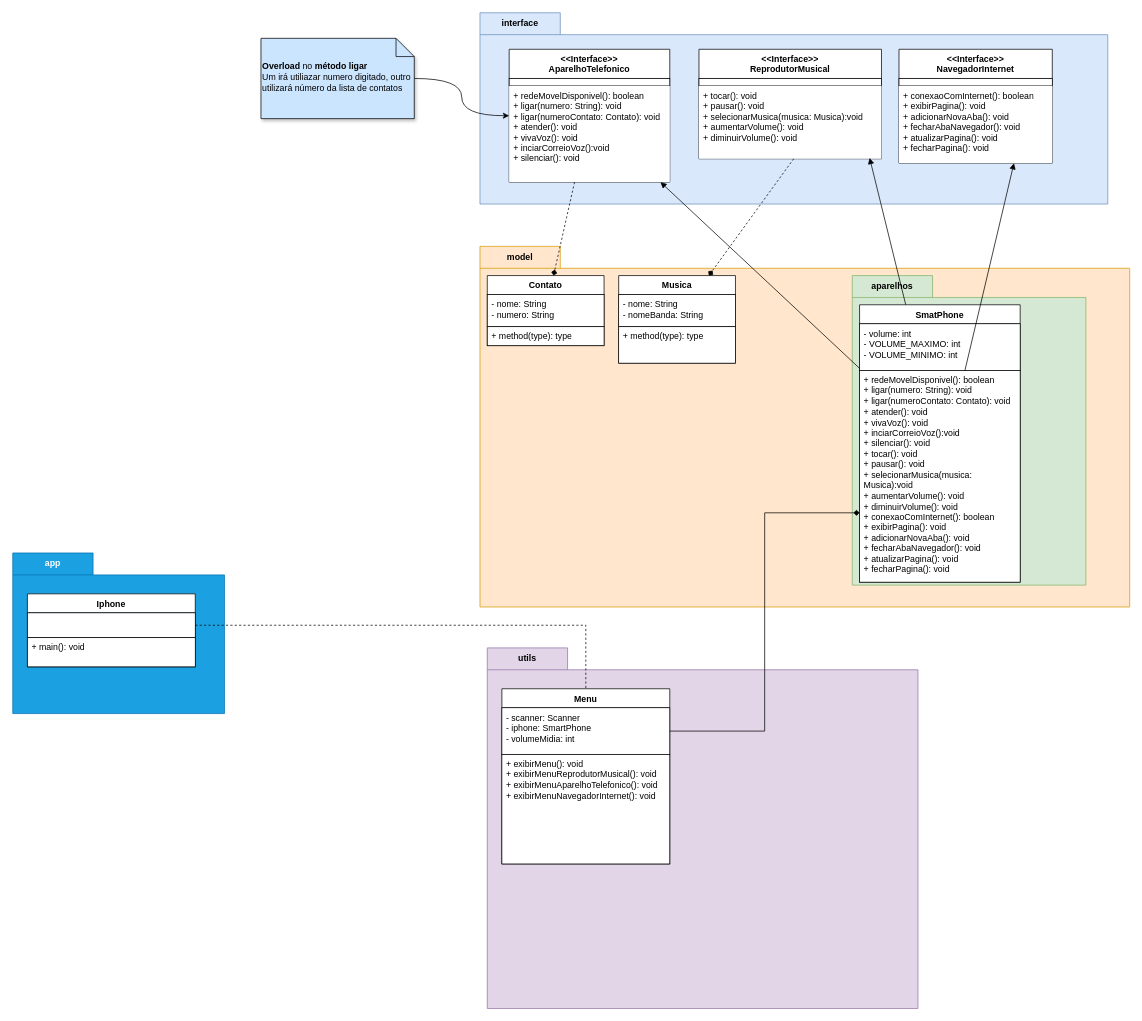
Before: page "Package+Class" (1 of 3) of Desafios/DesafioIphone/imgs/UML_Desafio_Iphone.drawio in LucasGFBatista/DIO-BOOTCAMPS, a draw.io diagram. Source tidied: cells renumbered, new cells numbered last; positions are measured from the earlier drawing's top-left corner, leaving out a move shared by most shapes. Both pictures are drawn from the tidied source at 73%, with x=0, y=0 at pixel (12, 12).
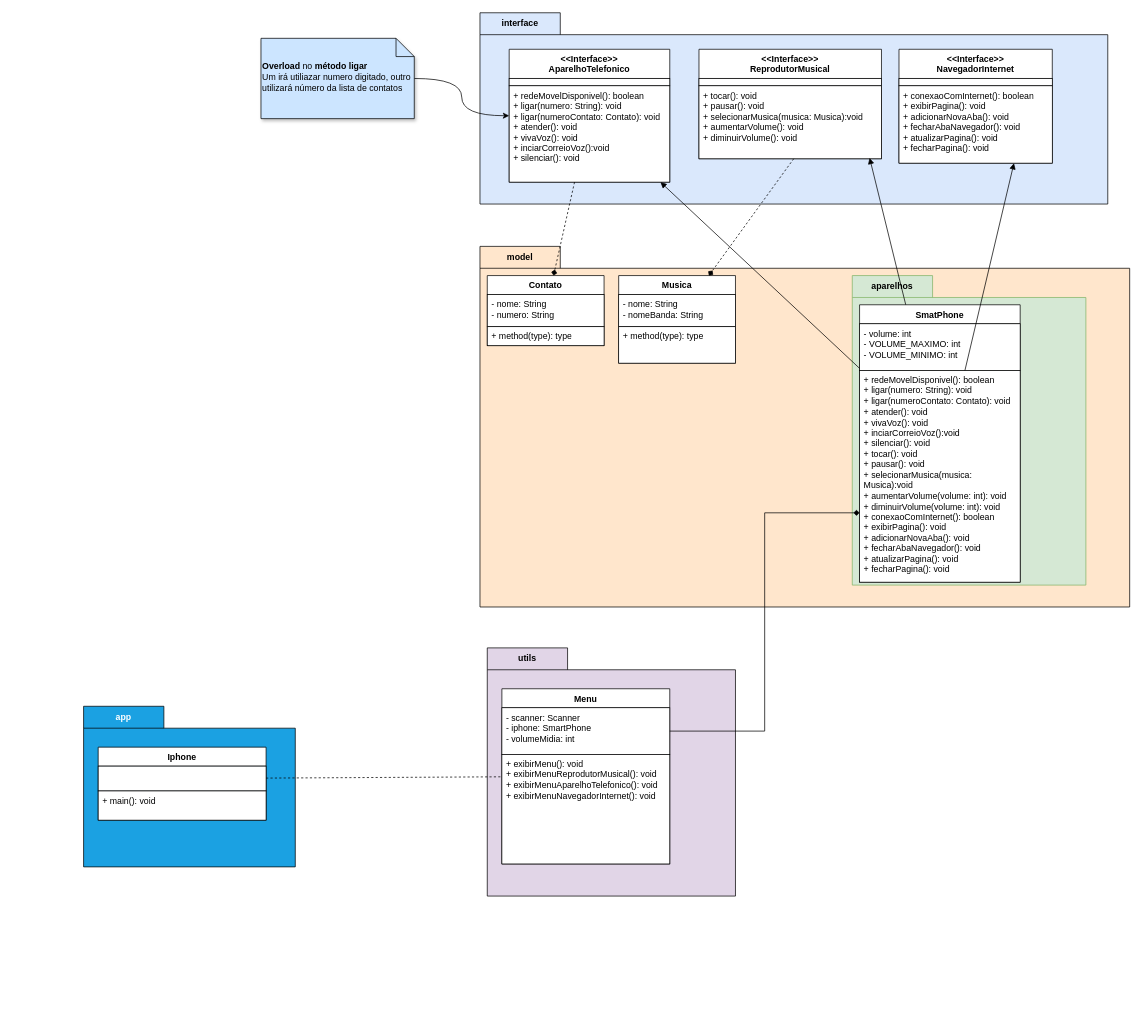
Above is the later version.

The change refers to these unchanged cells:
```xml
<mxCell id="19" value="aparelhos" style="shape=folder;fontStyle=1;tabWidth=110;tabHeight=30;tabPosition=left;html=1;boundedLbl=1;labelInHeader=1;whiteSpace=wrap;fillColor=#d5e8d4;strokeColor=#82b366;" parent="12" vertex="1">
  <mxGeometry x="510" y="40" width="320" height="424" as="geometry" />
</mxCell>
<mxCell id="32" value="- scanner: Scanner&lt;div&gt;- iphone: SmartPhone&lt;/div&gt;&lt;div&gt;- volumeMidia: int&lt;/div&gt;" style="text;align=left;verticalAlign=top;spacingLeft=4;spacingRight=4;overflow=hidden;points=[[0,0.5],[1,0.5]];portConstraint=eastwest;whiteSpace=wrap;html=1;fillColor=default;strokeColor=default;" parent="31" vertex="1">
  <mxGeometry y="26" width="230" height="64" as="geometry" />
</mxCell>
<mxCell id="37" style="text;align=left;verticalAlign=top;spacingLeft=4;spacingRight=4;overflow=hidden;points=[[0,0.5],[1,0.5]];portConstraint=eastwest;whiteSpace=wrap;html=1;fillColor=default;strokeColor=default;" parent="36" vertex="1">
  <mxGeometry y="26" width="230" height="34" as="geometry" />
</mxCell>
```

What changed in the source:
```diff
@@
-    <mxCell id="2" value="interface" style="shape=folder;fontStyle=1;tabWidth=110;tabHeight=30;tabPosition=left;html=1;boundedLbl=1;labelInHeader=1;whiteSpace=wrap;fillColor=#dae8fc;strokeColor=#6c8ebf;" parent="1" vertex="1">
+    <mxCell id="2" value="interface" style="shape=folder;fontStyle=1;tabWidth=110;tabHeight=30;tabPosition=left;html=1;boundedLbl=1;labelInHeader=1;whiteSpace=wrap;fillColor=#dae8fc;strokeColor=default;" parent="1" vertex="1">
       <mxGeometry x="640" width="860" height="262" as="geometry" />
     </mxCell>
-    <mxCell id="3" value="&lt;div&gt;&amp;lt;&amp;lt;Interface&amp;gt;&amp;gt;&lt;/div&gt;&lt;div&gt;AparelhoTelefonico&lt;/div&gt;" style="swimlane;fontStyle=1;align=center;verticalAlign=top;horizontal=1;startSize=40;whiteSpace=wrap;html=1;" parent="2" vertex="1">
+    <mxCell id="3" value="&lt;div&gt;&amp;lt;&amp;lt;Interface&amp;gt;&amp;gt;&lt;/div&gt;&lt;div&gt;AparelhoTelefonico&lt;/div&gt;" style="swimlane;fontStyle=1;align=center;verticalAlign=top;horizontal=1;startSize=40;whiteSpace=wrap;html=1;strokeColor=default;" parent="2" vertex="1">
       <mxGeometry x="40" y="50" width="220" height="182" as="geometry" />
     </mxCell>
@@
-    <mxCell id="5" value="&lt;div&gt;&lt;div&gt;+ redeMovelDisponivel(): boolean&lt;/div&gt;+ ligar(numero: String): void&lt;/div&gt;&lt;div&gt;+ ligar(numeroContato: Contato): void&lt;br&gt;&lt;div&gt;+ atender(): void&lt;/div&gt;&lt;div&gt;+ vivaVoz(): void&lt;/div&gt;&lt;div&gt;+ inciarCorreioVoz():void&lt;/div&gt;&lt;div&gt;+ silenciar(): void&lt;/div&gt;&lt;div&gt;&lt;br&gt;&lt;/div&gt;&lt;/div&gt;" style="text;align=left;verticalAlign=top;spacingLeft=4;spacingRight=4;overflow=hidden;whiteSpace=wrap;html=1;fillColor=default;" parent="3" vertex="1">
+    <mxCell id="5" value="&lt;div&gt;&lt;div&gt;+ redeMovelDisponivel(): boolean&lt;/div&gt;+ ligar(numero: String): void&lt;/div&gt;&lt;div&gt;+ ligar(numeroContato: Contato): void&lt;br&gt;&lt;div&gt;+ atender(): void&lt;/div&gt;&lt;div&gt;+ vivaVoz(): void&lt;/div&gt;&lt;div&gt;+ inciarCorreioVoz():void&lt;/div&gt;&lt;div&gt;+ silenciar(): void&lt;/div&gt;&lt;div&gt;&lt;br&gt;&lt;/div&gt;&lt;/div&gt;" style="text;align=left;verticalAlign=top;spacingLeft=4;spacingRight=4;overflow=hidden;whiteSpace=wrap;html=1;fillColor=default;strokeColor=default;" parent="3" vertex="1">
       <mxGeometry y="50" width="220" height="132" as="geometry" />
     </mxCell>
-    <mxCell id="6" value="&lt;div&gt;&amp;lt;&amp;lt;Interface&amp;gt;&amp;gt;&lt;br&gt;&lt;/div&gt;ReprodutorMusical&lt;div&gt;&lt;br&gt;&lt;/div&gt;" style="swimlane;fontStyle=1;align=center;verticalAlign=top;horizontal=1;startSize=40;whiteSpace=wrap;html=1;" parent="2" vertex="1">
+    <mxCell id="6" value="&lt;div&gt;&amp;lt;&amp;lt;Interface&amp;gt;&amp;gt;&lt;br&gt;&lt;/div&gt;ReprodutorMusical&lt;div&gt;&lt;br&gt;&lt;/div&gt;" style="swimlane;fontStyle=1;align=center;verticalAlign=top;horizontal=1;startSize=40;whiteSpace=wrap;html=1;strokeColor=default;" parent="2" vertex="1">
       <mxGeometry x="300" y="50" width="250" height="150" as="geometry" />
     </mxCell>
@@
-    <mxCell id="8" value="+ tocar(): void&lt;div&gt;+ pausar(): void&lt;/div&gt;&lt;div&gt;+ selecionarMusica(musica: Musica):void&lt;/div&gt;&lt;div&gt;+ aumentarVolume(): void&lt;/div&gt;&lt;div&gt;+ diminuirVolume(): void&lt;/div&gt;" style="text;strokeColor=none;fillColor=default;align=left;verticalAlign=top;spacingLeft=4;spacingRight=4;overflow=hidden;points=[[0,0.5],[1,0.5]];portConstraint=eastwest;whiteSpace=wrap;html=1;" parent="6" vertex="1">
+    <mxCell id="8" value="+ tocar(): void&lt;div&gt;+ pausar(): void&lt;/div&gt;&lt;div&gt;+ selecionarMusica(musica: Musica):void&lt;/div&gt;&lt;div&gt;+ aumentarVolume(): void&lt;/div&gt;&lt;div&gt;+ diminuirVolume(): void&lt;/div&gt;" style="text;strokeColor=default;fillColor=default;align=left;verticalAlign=top;spacingLeft=4;spacingRight=4;overflow=hidden;points=[[0,0.5],[1,0.5]];portConstraint=eastwest;whiteSpace=wrap;html=1;" parent="6" vertex="1">
       <mxGeometry y="50" width="250" height="100" as="geometry" />
     </mxCell>
-    <mxCell id="9" value="&lt;div&gt;&amp;lt;&amp;lt;Interface&amp;gt;&amp;gt;&lt;br&gt;NavegadorInternet&lt;/div&gt;" style="swimlane;fontStyle=1;align=center;verticalAlign=top;horizontal=1;startSize=40;whiteSpace=wrap;html=1;" parent="2" vertex="1">
+    <mxCell id="9" value="&lt;div&gt;&amp;lt;&amp;lt;Interface&amp;gt;&amp;gt;&lt;br&gt;NavegadorInternet&lt;/div&gt;" style="swimlane;fontStyle=1;align=center;verticalAlign=top;horizontal=1;startSize=40;whiteSpace=wrap;html=1;strokeColor=default;" parent="2" vertex="1">
       <mxGeometry x="574" y="50" width="210" height="156" as="geometry" />
     </mxCell>
@@
-    <mxCell id="11" value="+ conexaoComInternet(): boolean&lt;div&gt;+ exibirPagina(): void&lt;/div&gt;&lt;div&gt;+ adicionarNovaAba(): void&lt;/div&gt;&lt;div&gt;+ fecharAbaNavegador(): void&lt;/div&gt;&lt;div&gt;+ atualizarPagina(): void&lt;/div&gt;&lt;div&gt;+ fecharPagina(): void&lt;/div&gt;" style="text;strokeColor=none;fillColor=default;align=left;verticalAlign=top;spacingLeft=4;spacingRight=4;overflow=hidden;whiteSpace=wrap;html=1;" parent="9" vertex="1">
+    <mxCell id="11" value="+ conexaoComInternet(): boolean&lt;div&gt;+ exibirPagina(): void&lt;/div&gt;&lt;div&gt;+ adicionarNovaAba(): void&lt;/div&gt;&lt;div&gt;+ fecharAbaNavegador(): void&lt;/div&gt;&lt;div&gt;+ atualizarPagina(): void&lt;/div&gt;&lt;div&gt;+ fecharPagina(): void&lt;/div&gt;" style="text;strokeColor=default;fillColor=default;align=left;verticalAlign=top;spacingLeft=4;spacingRight=4;overflow=hidden;whiteSpace=wrap;html=1;" parent="9" vertex="1">
       <mxGeometry y="50" width="210" height="106" as="geometry" />
     </mxCell>
-    <mxCell id="12" value="model" style="shape=folder;fontStyle=1;tabWidth=110;tabHeight=30;tabPosition=left;html=1;boundedLbl=1;labelInHeader=1;whiteSpace=wrap;fillColor=#ffe6cc;strokeColor=#d79b00;" parent="1" vertex="1">
+    <mxCell id="12" value="model" style="shape=folder;fontStyle=1;tabWidth=110;tabHeight=30;tabPosition=left;html=1;boundedLbl=1;labelInHeader=1;whiteSpace=wrap;fillColor=#ffe6cc;strokeColor=default;" parent="1" vertex="1">
       <mxGeometry x="640" y="320" width="890" height="494" as="geometry" />
     </mxCell>
-    <mxCell id="13" value="Contato" style="swimlane;fontStyle=1;align=center;verticalAlign=top;horizontal=1;startSize=26;whiteSpace=wrap;html=1;" parent="12" vertex="1">
+    <mxCell id="13" value="Contato" style="swimlane;fontStyle=1;align=center;verticalAlign=top;horizontal=1;startSize=26;whiteSpace=wrap;html=1;strokeColor=default;" parent="12" vertex="1">
       <mxGeometry x="10" y="40" width="160" height="96" as="geometry" />
     </mxCell>
@@
-    <mxCell id="16" value="Musica" style="swimlane;fontStyle=1;align=center;verticalAlign=top;horizontal=1;startSize=26;whiteSpace=wrap;html=1;" parent="12" vertex="1">
+    <mxCell id="16" value="Musica" style="swimlane;fontStyle=1;align=center;verticalAlign=top;horizontal=1;startSize=26;whiteSpace=wrap;html=1;strokeColor=default;" parent="12" vertex="1">
       <mxGeometry x="190" y="40" width="160" height="120" as="geometry" />
     </mxCell>
@@
-    <mxCell id="20" value="SmatPhone" style="swimlane;fontStyle=1;align=center;verticalAlign=top;horizontal=1;startSize=26;whiteSpace=wrap;html=1;" parent="19" vertex="1">
+    <mxCell id="20" value="SmatPhone" style="swimlane;fontStyle=1;align=center;verticalAlign=top;horizontal=1;startSize=26;whiteSpace=wrap;html=1;strokeColor=default;" parent="19" vertex="1">
       <mxGeometry x="10" y="40" width="220" height="380" as="geometry" />
     </mxCell>
@@
-    <mxCell id="22" value="&lt;div&gt;&lt;div&gt;&lt;div&gt;&lt;div&gt;+ redeMovelDisponivel(): boolean&lt;/div&gt;+ ligar(numero: String): void&lt;/div&gt;&lt;div&gt;+ ligar(numeroContato: Contato): void&lt;br&gt;&lt;div&gt;+ atender(): void&lt;/div&gt;&lt;div&gt;+ vivaVoz(): void&lt;/div&gt;&lt;div&gt;+ inciarCorreioVoz():void&lt;/div&gt;&lt;div&gt;+ silenciar(): void&lt;/div&gt;&lt;div&gt;+ tocar(): void&lt;div&gt;+ pausar(): void&lt;/div&gt;&lt;div&gt;+ selecionarMusica(musica: Musica):void&lt;/div&gt;&lt;div&gt;+ aumentarVolume(): void&lt;/div&gt;&lt;div&gt;+ diminuirVolume(): void&lt;/div&gt;&lt;/div&gt;&lt;/div&gt;&lt;/div&gt;&lt;/div&gt;&lt;div&gt;+ conexaoComInternet(): boolean&lt;div&gt;+ exibirPagina(): void&lt;/div&gt;&lt;div&gt;+ adicionarNovaAba(): void&lt;/div&gt;&lt;div&gt;+ fecharAbaNavegador(): void&lt;/div&gt;&lt;div&gt;+ atualizarPagina(): void&lt;/div&gt;&lt;div&gt;+ fecharPagina(): void&lt;/div&gt;&lt;/div&gt;" style="text;strokeColor=default;fillColor=default;align=left;verticalAlign=top;spacingLeft=4;spacingRight=4;overflow=hidden;points=[[0,0.5],[1,0.5]];portConstraint=eastwest;whiteSpace=wrap;html=1;" parent="20" vertex="1">
+    <mxCell id="22" value="&lt;div&gt;&lt;div&gt;&lt;div&gt;&lt;div&gt;+ redeMovelDisponivel(): boolean&lt;/div&gt;+ ligar(numero: String): void&lt;/div&gt;&lt;div&gt;+ ligar(numeroContato: Contato): void&lt;br&gt;&lt;div&gt;+ atender(): void&lt;/div&gt;&lt;div&gt;+ vivaVoz(): void&lt;/div&gt;&lt;div&gt;+ inciarCorreioVoz():void&lt;/div&gt;&lt;div&gt;+ silenciar(): void&lt;/div&gt;&lt;div&gt;+ tocar(): void&lt;div&gt;+ pausar(): void&lt;/div&gt;&lt;div&gt;+ selecionarMusica(musica: Musica):void&lt;/div&gt;&lt;div&gt;+ aumentarVolume(volume: int): void&lt;/div&gt;&lt;div&gt;+ diminuirVolume(volume: int): void&lt;/div&gt;&lt;/div&gt;&lt;/div&gt;&lt;/div&gt;&lt;/div&gt;&lt;div&gt;+ conexaoComInternet(): boolean&lt;div&gt;+ exibirPagina(): void&lt;/div&gt;&lt;div&gt;+ adicionarNovaAba(): void&lt;/div&gt;&lt;div&gt;+ fecharAbaNavegador(): void&lt;/div&gt;&lt;div&gt;+ atualizarPagina(): void&lt;/div&gt;&lt;div&gt;+ fecharPagina(): void&lt;/div&gt;&lt;/div&gt;" style="text;strokeColor=default;fillColor=default;align=left;verticalAlign=top;spacingLeft=4;spacingRight=4;overflow=hidden;points=[[0,0.5],[1,0.5]];portConstraint=eastwest;whiteSpace=wrap;html=1;" parent="20" vertex="1">
       <mxGeometry y="90" width="220" height="290" as="geometry" />
     </mxCell>
-    <mxCell id="23" style="rounded=0;jettySize=auto;html=1;endArrow=block;endFill=1;" parent="1" edge="1" source="20" target="3">
+    <mxCell id="23" style="rounded=0;jettySize=auto;html=1;endArrow=block;endFill=1;strokeColor=default;" parent="1" edge="1" source="20" target="3">
       <mxGeometry relative="1" as="geometry" />
     </mxCell>
-    <mxCell id="24" style="rounded=0;jettySize=auto;html=1;endArrow=block;endFill=1;entryX=0.935;entryY=0.988;entryDx=0;entryDy=0;entryPerimeter=0;" parent="1" edge="1" source="20" target="8">
+    <mxCell id="24" style="rounded=0;jettySize=auto;html=1;endArrow=block;endFill=1;entryX=0.935;entryY=0.988;entryDx=0;entryDy=0;entryPerimeter=0;strokeColor=default;" parent="1" edge="1" source="20" target="8">
       <mxGeometry relative="1" as="geometry" />
     </mxCell>
-    <mxCell id="25" style="rounded=0;jettySize=auto;html=1;endArrow=diamond;endFill=1;dashed=1;" parent="1" edge="1" source="3" target="13">
+    <mxCell id="25" style="rounded=0;jettySize=auto;html=1;endArrow=diamond;endFill=1;dashed=1;strokeColor=default;" parent="1" edge="1" source="3" target="13">
       <mxGeometry relative="1" as="geometry" />
     </mxCell>
-    <mxCell id="26" style="edgeStyle=orthogonalEdgeStyle;rounded=0;jettySize=auto;html=1;curved=1;" parent="1" edge="1" source="27" target="3">
+    <mxCell id="26" style="edgeStyle=orthogonalEdgeStyle;rounded=0;jettySize=auto;html=1;curved=1;strokeColor=default;" parent="1" edge="1" source="27" target="3">
       <mxGeometry relative="1" as="geometry" />
     </mxCell>
-    <mxCell id="27" value="&lt;b&gt;Overload&lt;/b&gt; no &lt;b&gt;método ligar&lt;/b&gt;&lt;div&gt;Um irá utiliazar numero digitado, outro utilizará número da lista de contatos&lt;/div&gt;" style="shape=note2;boundedLbl=1;whiteSpace=wrap;html=1;size=25;verticalAlign=top;align=left;fillColor=#CCE5FF;shadow=1;" parent="1" vertex="1">
+    <mxCell id="27" value="&lt;b&gt;Overload&lt;/b&gt; no &lt;b&gt;método ligar&lt;/b&gt;&lt;div&gt;Um irá utiliazar numero digitado, outro utilizará número da lista de contatos&lt;/div&gt;" style="shape=note2;boundedLbl=1;whiteSpace=wrap;html=1;size=25;verticalAlign=top;align=left;fillColor=#CCE5FF;shadow=1;strokeColor=default;" parent="1" vertex="1">
       <mxGeometry x="340" y="35" width="210" height="110" as="geometry" />
     </mxCell>
-    <mxCell id="28" style="rounded=0;jettySize=auto;html=1;endArrow=diamond;endFill=1;dashed=1;exitX=0.519;exitY=1;exitDx=0;exitDy=0;exitPerimeter=0;" parent="1" edge="1" source="8" target="16">
+    <mxCell id="28" style="rounded=0;jettySize=auto;html=1;endArrow=diamond;endFill=1;dashed=1;exitX=0.519;exitY=1;exitDx=0;exitDy=0;exitPerimeter=0;strokeColor=default;" parent="1" edge="1" source="8" target="16">
       <mxGeometry relative="1" as="geometry" />
     </mxCell>
-    <mxCell id="29" style="rounded=0;jettySize=auto;html=1;entryX=0.75;entryY=1;entryDx=0;entryDy=0;endArrow=block;endFill=1;" parent="1" edge="1" source="22" target="9">
+    <mxCell id="29" style="rounded=0;jettySize=auto;html=1;entryX=0.75;entryY=1;entryDx=0;entryDy=0;endArrow=block;endFill=1;strokeColor=default;" parent="1" edge="1" source="22" target="9">
       <mxGeometry relative="1" as="geometry" />
     </mxCell>
-    <mxCell id="30" value="utils" style="shape=folder;fontStyle=1;tabWidth=110;tabHeight=30;tabPosition=left;html=1;boundedLbl=1;labelInHeader=1;whiteSpace=wrap;fillColor=#e1d5e7;strokeColor=#9673a6;" parent="1" vertex="1">
-      <mxGeometry x="650" y="870" width="590" height="494" as="geometry" />
+    <mxCell id="30" value="utils" style="shape=folder;fontStyle=1;tabWidth=110;tabHeight=30;tabPosition=left;html=1;boundedLbl=1;labelInHeader=1;whiteSpace=wrap;fillColor=#e1d5e7;strokeColor=default;" parent="1" vertex="1">
+      <mxGeometry x="650" y="870" width="340" height="340" as="geometry" />
     </mxCell>
-    <mxCell id="31" value="Menu" style="swimlane;fontStyle=1;align=center;verticalAlign=top;horizontal=1;startSize=26;whiteSpace=wrap;html=1;" parent="30" vertex="1">
+    <mxCell id="31" value="Menu" style="swimlane;fontStyle=1;align=center;verticalAlign=top;horizontal=1;startSize=26;whiteSpace=wrap;html=1;strokeColor=default;" parent="30" vertex="1">
       <mxGeometry x="20" y="56" width="230" height="240" as="geometry" />
     </mxCell>
@@
-    <mxCell id="34" style="edgeStyle=orthogonalEdgeStyle;rounded=0;jettySize=auto;html=1;entryX=0;entryY=0.75;entryDx=0;entryDy=0;endArrow=diamond;endFill=1;" parent="1" edge="1" source="32" target="20">
+    <mxCell id="34" style="edgeStyle=orthogonalEdgeStyle;rounded=0;jettySize=auto;html=1;entryX=0;entryY=0.75;entryDx=0;entryDy=0;endArrow=diamond;endFill=1;strokeColor=default;" parent="1" edge="1" source="32" target="20">
       <mxGeometry relative="1" as="geometry" />
     </mxCell>
-    <mxCell id="35" value="app" style="shape=folder;fontStyle=1;tabWidth=110;tabHeight=30;tabPosition=left;html=1;boundedLbl=1;labelInHeader=1;whiteSpace=wrap;fillColor=#1ba1e2;strokeColor=#006EAF;fontColor=#ffffff;" parent="1" vertex="1">
-      <mxGeometry y="740" width="290" height="220" as="geometry" />
+    <mxCell id="35" value="app" style="shape=folder;fontStyle=1;tabWidth=110;tabHeight=30;tabPosition=left;html=1;boundedLbl=1;labelInHeader=1;whiteSpace=wrap;fillColor=#1ba1e2;strokeColor=default;fontColor=#ffffff;" parent="1" vertex="1">
+      <mxGeometry x="97" y="950" width="290" height="220" as="geometry" />
     </mxCell>
-    <mxCell id="36" value="Iphone" style="swimlane;fontStyle=1;align=center;verticalAlign=top;horizontal=1;startSize=26;whiteSpace=wrap;html=1;" parent="35" vertex="1">
+    <mxCell id="36" value="Iphone" style="swimlane;fontStyle=1;align=center;verticalAlign=top;horizontal=1;startSize=26;whiteSpace=wrap;html=1;strokeColor=default;" parent="35" vertex="1">
       <mxGeometry x="20" y="56" width="230" height="100" as="geometry" />
     </mxCell>
@@
-    <mxCell id="39" style="edgeStyle=orthogonalEdgeStyle;rounded=0;jettySize=auto;html=1;dashed=1;endArrow=none;endFill=0;" parent="1" edge="1" source="37" target="31">
+    <mxCell id="39" style="rounded=0;jettySize=auto;html=1;dashed=1;endArrow=none;endFill=0;strokeColor=default;" parent="1" edge="1" source="37" target="31">
       <mxGeometry relative="1" as="geometry" />
     </mxCell>
```
